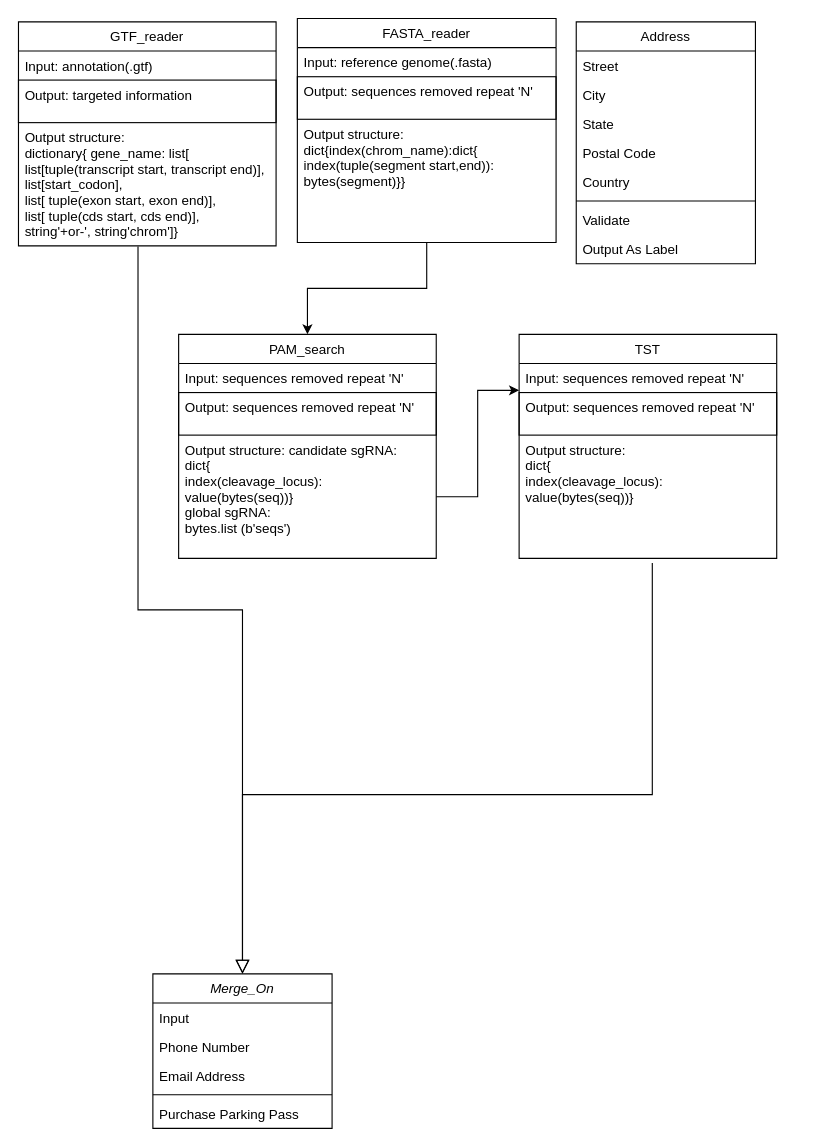
Above: Untitled Diagram.drawio in wzj9050/gama_code2 (draw.io), before the change. Source tidied: cells renumbered, new cells numbered last; positions are measured from the earlier drawing's top-left corner, leaving out a move shared by most shapes. Both pictures are drawn from the tidied source at 112%, with x=0, y=0 at pixel (18, 18).
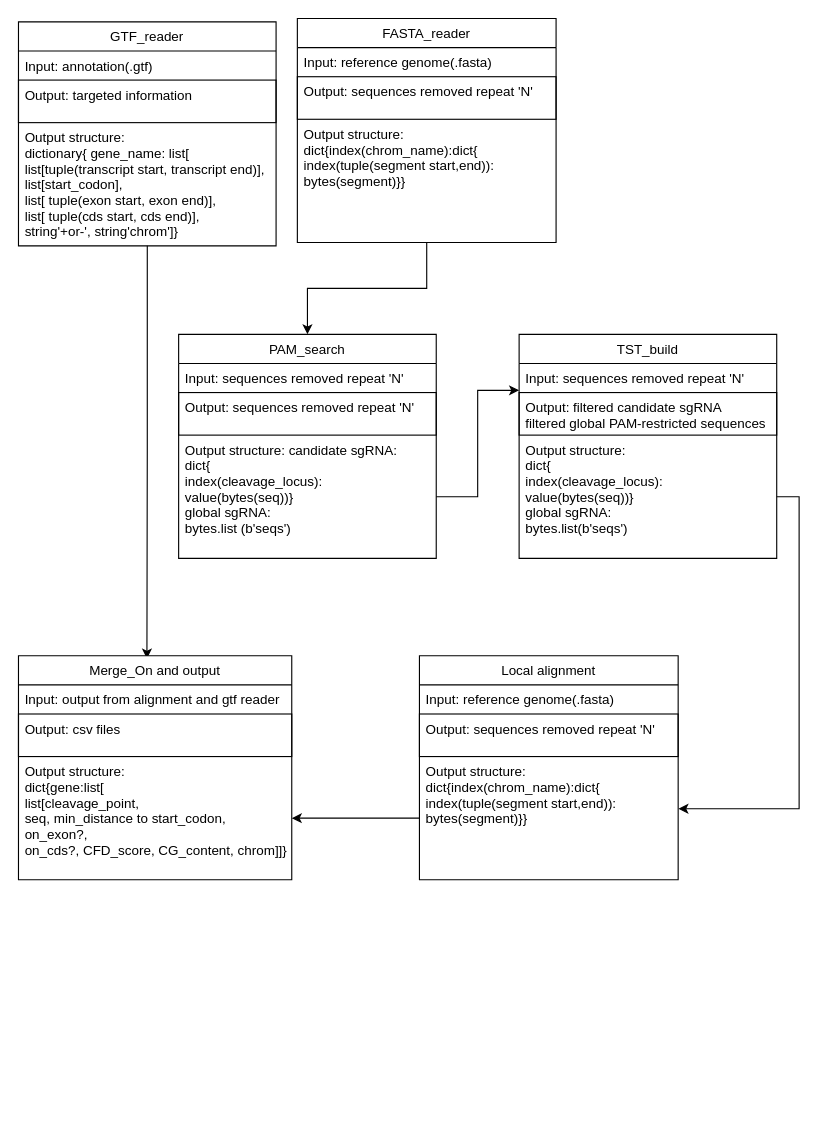
The same diagram, later.

The change refers to these unchanged cells:
```xml
<mxCell id="19" value="GTF_reader" style="swimlane;fontStyle=0;horizontal=1;startSize=26;" parent="1" vertex="1">
  <mxGeometry y="3" width="230" height="200" as="geometry" />
</mxCell>
<mxCell id="22" value="Output structure:&#10;dictionary{ gene_name: list[ &#10;list[tuple(transcript start, transcript end)], &#10;list[start_codon], &#10;list[ tuple(exon start, exon end)], &#10;list[ tuple(cds start, cds end)], &#10;string'+or-', string'chrom']}" style="text;strokeColor=none;fillColor=none;align=left;verticalAlign=top;spacingLeft=4;spacingRight=4;overflow=hidden;points=[[0,0.5],[1,0.5]];portConstraint=eastwest;" parent="19" vertex="1">
  <mxGeometry y="90" width="230" height="110" as="geometry" />
</mxCell>
```

What changed in the source:
```diff
@@
-    <mxCell id="2" value="Merge_On" style="swimlane;fontStyle=2;align=center;verticalAlign=top;horizontal=1;startSize=26;rounded=0;shadow=0;strokeWidth=1;" parent="1" vertex="1">
-      <mxGeometry x="120" y="853" width="160" height="138" as="geometry" />
-    </mxCell>
-    <mxCell id="3" value="Input" style="text;align=left;verticalAlign=top;spacingLeft=4;spacingRight=4;overflow=hidden;" parent="2" vertex="1">
-      <mxGeometry y="26" width="160" height="26" as="geometry" />
-    </mxCell>
-    <mxCell id="4" value="Phone Number" style="text;align=left;verticalAlign=top;spacingLeft=4;spacingRight=4;overflow=hidden;rounded=0;shadow=0;html=0;" parent="2" vertex="1">
-      <mxGeometry y="52" width="160" height="26" as="geometry" />
-    </mxCell>
-    <mxCell id="5" value="Email Address" style="text;align=left;verticalAlign=top;spacingLeft=4;spacingRight=4;overflow=hidden;rounded=0;shadow=0;html=0;" parent="2" vertex="1">
-      <mxGeometry y="78" width="160" height="26" as="geometry" />
-    </mxCell>
-    <mxCell id="6" style="line;html=1;strokeWidth=1;align=left;verticalAlign=middle;spacingTop=-1;spacingLeft=3;spacingRight=3;labelPosition=right;" parent="2" vertex="1">
-      <mxGeometry y="104" width="160" height="8" as="geometry" />
-    </mxCell>
-    <mxCell id="7" value="Purchase Parking Pass" style="text;align=left;verticalAlign=top;spacingLeft=4;spacingRight=4;overflow=hidden;" parent="2" vertex="1">
-      <mxGeometry y="112" width="160" height="26" as="geometry" />
-    </mxCell>
-    <mxCell id="8" style="endArrow=block;endSize=10;endFill=0;shadow=0;strokeWidth=1;rounded=0;edgeStyle=elbowEdgeStyle;elbow=vertical;exitX=0.464;exitY=1.006;exitDx=0;exitDy=0;entryX=0.5;entryY=0;entryDx=0;entryDy=0;exitPerimeter=0;" parent="1" edge="1" source="22" target="2">
-      <mxGeometry relative="1" as="geometry" />
-    </mxCell>
-    <mxCell id="9" style="endArrow=block;endSize=10;endFill=0;shadow=0;strokeWidth=1;rounded=0;edgeStyle=elbowEdgeStyle;elbow=vertical;exitX=0.517;exitY=1.039;exitDx=0;exitDy=0;exitPerimeter=0;" parent="1" edge="1" source="35" target="2">
-      <mxGeometry relative="1" as="geometry">
-        <Array as="points">
-          <mxPoint x="390" y="693" />
-        </Array>
-      </mxGeometry>
-    </mxCell>
-    <mxCell id="10" value="Address" style="swimlane;fontStyle=0;align=center;verticalAlign=top;horizontal=1;startSize=26;rounded=0;shadow=0;strokeWidth=1;" parent="1" vertex="1">
-      <mxGeometry x="498" y="3" width="160" height="216" as="geometry" />
-    </mxCell>
-    <mxCell id="11" value="Street" style="text;align=left;verticalAlign=top;spacingLeft=4;spacingRight=4;overflow=hidden;" parent="10" vertex="1">
-      <mxGeometry y="26" width="160" height="26" as="geometry" />
-    </mxCell>
-    <mxCell id="12" value="City" style="text;align=left;verticalAlign=top;spacingLeft=4;spacingRight=4;overflow=hidden;rounded=0;shadow=0;html=0;" parent="10" vertex="1">
-      <mxGeometry y="52" width="160" height="26" as="geometry" />
-    </mxCell>
-    <mxCell id="13" value="State" style="text;align=left;verticalAlign=top;spacingLeft=4;spacingRight=4;overflow=hidden;rounded=0;shadow=0;html=0;" parent="10" vertex="1">
-      <mxGeometry y="78" width="160" height="26" as="geometry" />
-    </mxCell>
-    <mxCell id="14" value="Postal Code" style="text;align=left;verticalAlign=top;spacingLeft=4;spacingRight=4;overflow=hidden;rounded=0;shadow=0;html=0;" parent="10" vertex="1">
-      <mxGeometry y="104" width="160" height="26" as="geometry" />
-    </mxCell>
-    <mxCell id="15" value="Country" style="text;align=left;verticalAlign=top;spacingLeft=4;spacingRight=4;overflow=hidden;rounded=0;shadow=0;html=0;" parent="10" vertex="1">
-      <mxGeometry y="130" width="160" height="26" as="geometry" />
-    </mxCell>
-    <mxCell id="16" style="line;html=1;strokeWidth=1;align=left;verticalAlign=middle;spacingTop=-1;spacingLeft=3;spacingRight=3;labelPosition=right;" parent="10" vertex="1">
-      <mxGeometry y="156" width="160" height="8" as="geometry" />
-    </mxCell>
-    <mxCell id="17" value="Validate" style="text;align=left;verticalAlign=top;spacingLeft=4;spacingRight=4;overflow=hidden;" parent="10" vertex="1">
-      <mxGeometry y="164" width="160" height="26" as="geometry" />
-    </mxCell>
-    <mxCell id="18" value="Output As Label" style="text;align=left;verticalAlign=top;spacingLeft=4;spacingRight=4;overflow=hidden;" parent="10" vertex="1">
-      <mxGeometry y="190" width="160" height="26" as="geometry" />
-    </mxCell>
+    <mxCell id="37" style="edgeStyle=orthogonalEdgeStyle;rounded=0;jettySize=auto;html=1;exitX=0.5;exitY=1;exitDx=0;exitDy=0;entryX=0.47;entryY=0.013;entryDx=0;entryDy=0;entryPerimeter=0;" parent="1" edge="1" source="19" target="42">
+      <mxGeometry relative="1" as="geometry" />
+    </mxCell>
@@
-    <mxCell id="32" value="TST" style="swimlane;fontStyle=0;horizontal=1;startSize=26;" parent="1" vertex="1">
+    <mxCell id="32" value="TST_build" style="swimlane;fontStyle=0;horizontal=1;startSize=26;" parent="1" vertex="1">
       <mxGeometry x="447" y="282" width="230" height="200" as="geometry" />
     </mxCell>
@@
-    <mxCell id="34" value="Output: sequences removed repeat 'N'" style="text;fillColor=none;align=left;verticalAlign=top;spacingLeft=4;spacingRight=4;overflow=hidden;strokeColor=#000000;" parent="32" vertex="1">
+    <mxCell id="34" value="Output: filtered candidate sgRNA&#10;filtered global PAM-restricted sequences" style="text;fillColor=none;align=left;verticalAlign=top;spacingLeft=4;spacingRight=4;overflow=hidden;strokeColor=#000000;" parent="32" vertex="1">
       <mxGeometry y="52" width="230" height="38" as="geometry" />
     </mxCell>
-    <mxCell id="35" value="Output structure:&#10;dict{&#10;index(cleavage_locus): &#10;value(bytes(seq))}" style="text;strokeColor=none;fillColor=none;align=left;verticalAlign=top;spacingLeft=4;spacingRight=4;overflow=hidden;points=[[0,0.5],[1,0.5]];portConstraint=eastwest;" parent="32" vertex="1">
+    <mxCell id="35" value="Output structure:&#10;dict{&#10;index(cleavage_locus): &#10;value(bytes(seq))}&#10;global sgRNA:&#10;bytes.list(b'seqs')" style="text;strokeColor=none;fillColor=none;align=left;verticalAlign=top;spacingLeft=4;spacingRight=4;overflow=hidden;points=[[0,0.5],[1,0.5]];portConstraint=eastwest;" parent="32" vertex="1">
       <mxGeometry y="90" width="230" height="110" as="geometry" />
     </mxCell>
@@
+    <mxCell id="38" value="Local alignment" style="swimlane;fontStyle=0;horizontal=1;startSize=26;" parent="1" vertex="1">
+      <mxGeometry x="358" y="569" width="231" height="200" as="geometry" />
+    </mxCell>
+    <mxCell id="39" value="Input: reference genome(.fasta)" style="text;strokeColor=none;fillColor=none;align=left;verticalAlign=top;spacingLeft=4;spacingRight=4;overflow=hidden;" parent="38" vertex="1">
+      <mxGeometry y="26" width="231" height="26" as="geometry" />
+    </mxCell>
+    <mxCell id="40" value="Output: sequences removed repeat 'N'" style="text;fillColor=none;align=left;verticalAlign=top;spacingLeft=4;spacingRight=4;overflow=hidden;strokeColor=#000000;" parent="38" vertex="1">
+      <mxGeometry y="52" width="231" height="38" as="geometry" />
+    </mxCell>
+    <mxCell id="41" value="Output structure:&#10;dict{index(chrom_name):dict{&#10;index(tuple(segment start,end)):&#10;bytes(segment)}}" style="text;strokeColor=none;fillColor=none;align=left;verticalAlign=top;spacingLeft=4;spacingRight=4;overflow=hidden;points=[[0,0.5],[1,0.5]];portConstraint=eastwest;" parent="38" vertex="1">
+      <mxGeometry y="90" width="231" height="110" as="geometry" />
+    </mxCell>
+    <mxCell id="42" value="Merge_On and output" style="swimlane;fontStyle=0;horizontal=1;startSize=26;" parent="1" vertex="1">
+      <mxGeometry y="569" width="244" height="200" as="geometry" />
+    </mxCell>
+    <mxCell id="43" value="Input: output from alignment and gtf reader" style="text;strokeColor=none;fillColor=none;align=left;verticalAlign=top;spacingLeft=4;spacingRight=4;overflow=hidden;" parent="42" vertex="1">
+      <mxGeometry y="26" width="244" height="26" as="geometry" />
+    </mxCell>
+    <mxCell id="44" value="Output: csv files" style="text;fillColor=none;align=left;verticalAlign=top;spacingLeft=4;spacingRight=4;overflow=hidden;strokeColor=#000000;" parent="42" vertex="1">
+      <mxGeometry y="52" width="244" height="38" as="geometry" />
+    </mxCell>
+    <mxCell id="45" value="Output structure:&#10;dict{gene:list[&#10;list[cleavage_point, &#10;seq, min_distance to start_codon, &#10;on_exon?, &#10;on_cds?, CFD_score, CG_content, chrom]]}" style="text;strokeColor=none;fillColor=none;align=left;verticalAlign=top;spacingLeft=4;spacingRight=4;overflow=hidden;points=[[0,0.5],[1,0.5]];portConstraint=eastwest;" parent="42" vertex="1">
+      <mxGeometry y="90" width="244" height="110" as="geometry" />
+    </mxCell>
+    <mxCell id="46" style="edgeStyle=orthogonalEdgeStyle;rounded=0;jettySize=auto;html=1;exitX=0;exitY=0.5;exitDx=0;exitDy=0;entryX=1;entryY=0.5;entryDx=0;entryDy=0;" parent="1" edge="1" source="41" target="45">
+      <mxGeometry relative="1" as="geometry" />
+    </mxCell>
+    <mxCell id="47" style="edgeStyle=orthogonalEdgeStyle;rounded=0;jettySize=auto;html=1;exitX=1;exitY=0.5;exitDx=0;exitDy=0;entryX=1.001;entryY=0.424;entryDx=0;entryDy=0;entryPerimeter=0;" parent="1" edge="1" source="35" target="41">
+      <mxGeometry relative="1" as="geometry" />
+    </mxCell>
```
